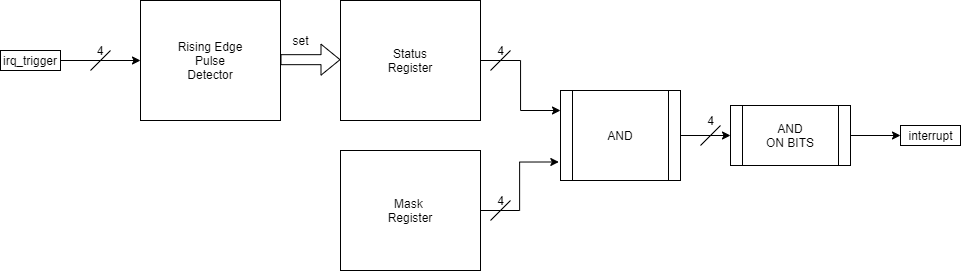
Before: docs/diagrams and schemas/getting an interrupt.png, a diagram exported from draw.io (ciomagandreidaniel/Interrupt_Controller_Verilog). Source tidied: cells renumbered, new cells last; positions are measured from the earlier drawing's top-left corner, leaving out a move shared by most shapes.
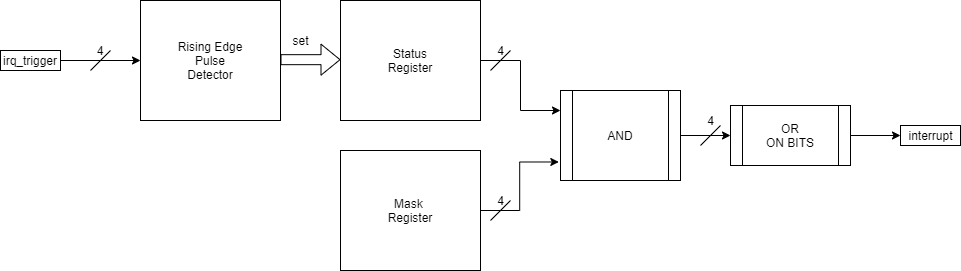
Above is the later version.

What changed in the source:
```diff
@@ -57,7 +57,7 @@
     <mxCell id="15" style="edgeStyle=orthogonalEdgeStyle;rounded=0;jettySize=auto;html=1;" parent="1" edge="1" source="16" target="17">
       <mxGeometry relative="1" as="geometry" />
     </mxCell>
-    <mxCell id="16" value="AND&lt;br&gt;ON BITS" style="shape=process;whiteSpace=wrap;html=1;backgroundOutline=1;strokeColor=#000000;fillColor=#ffffff;" parent="1" vertex="1">
+    <mxCell id="16" value="OR&lt;br&gt;ON BITS" style="shape=process;whiteSpace=wrap;html=1;backgroundOutline=1;strokeColor=#000000;fillColor=#ffffff;" parent="1" vertex="1">
       <mxGeometry x="730" y="105" width="120" height="60" as="geometry" />
     </mxCell>
     <mxCell id="17" value="interrupt" style="text;html=1;align=center;verticalAlign=middle;points=[];strokeColor=#000000;" parent="1" vertex="1">
```
